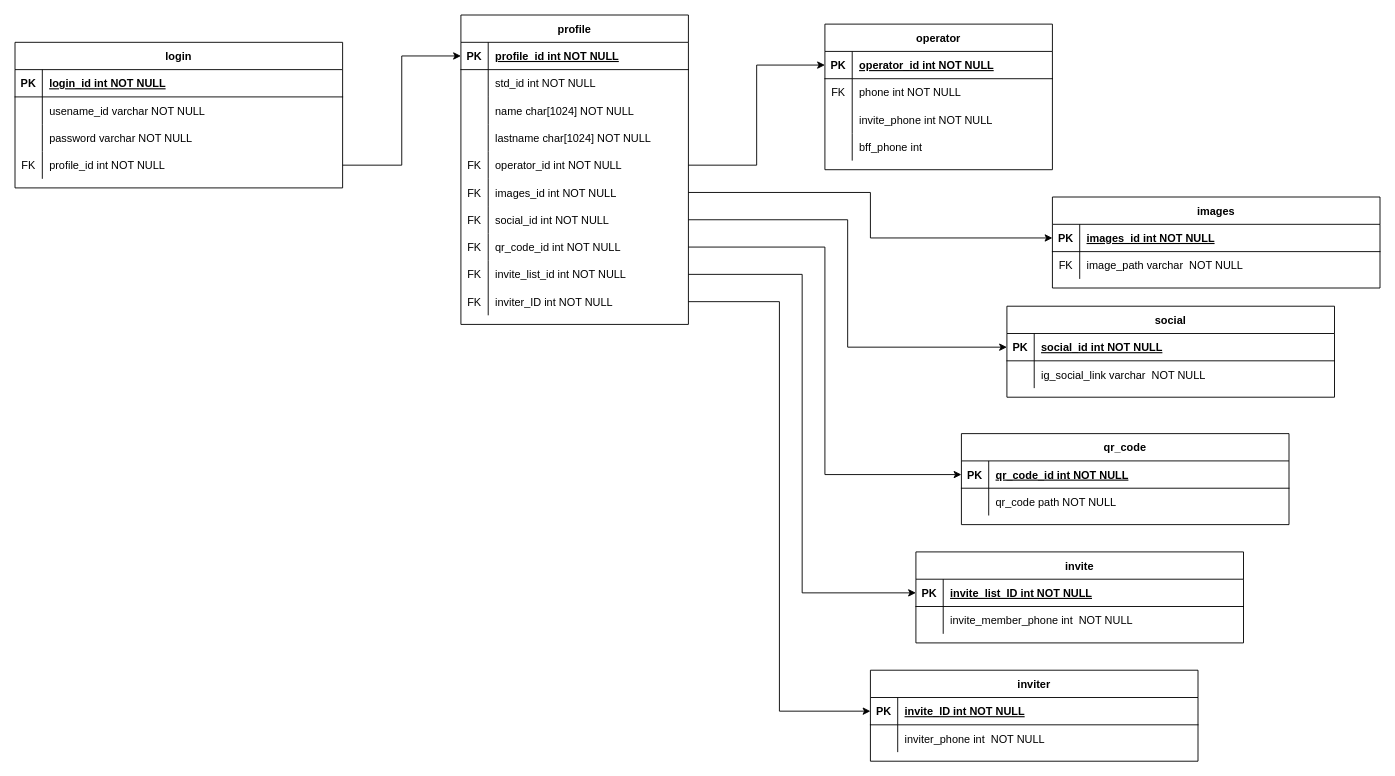
The draw.io diagram ER Diagram/ER Database.drawio in rapeeza1598/DB-Project-KMUTNB, before the edit. Source tidied: cells renumbered, new cells numbered last; positions are measured from the earlier drawing's top-left corner, leaving out a move shared by most shapes. Both pictures are drawn from the tidied source at 91%, with x=0, y=0 at pixel (15, 15).
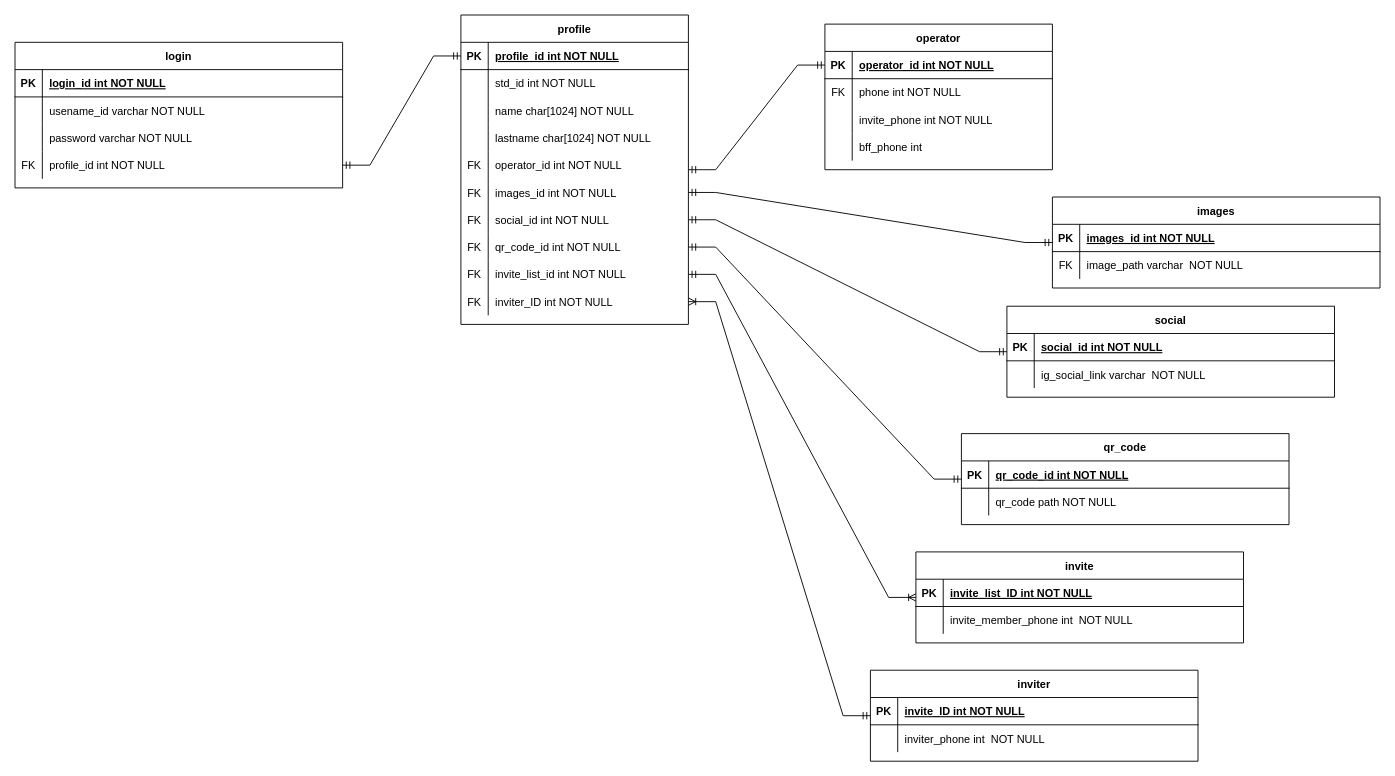
Above is the later version.

Commit message:
:hammer: Update Relation ER

Unchanged cells that the change refers to:
```xml
<mxCell id="2" value="profile" style="shape=table;startSize=30;childLayout=tableLayout;rowLines=0;fontStyle=1;align=center;" parent="1" vertex="1">
  <mxGeometry x="490" width="250" height="340" as="geometry" />
</mxCell>
<mxCell id="3" style="shape=partialRectangle;fillColor=none;points=[[0,0.5],[1,0.5]];portConstraint=eastwest;top=0;left=0;right=0;bottom=1;" parent="2" vertex="1">
  <mxGeometry y="30" width="250" height="30" as="geometry" />
</mxCell>
<mxCell id="15" style="shape=partialRectangle;fillColor=none;points=[[0,0.5],[1,0.5]];portConstraint=eastwest;top=0;left=0;right=0;bottom=0;" parent="2" vertex="1">
  <mxGeometry y="150" width="250" height="30" as="geometry" />
</mxCell>
<mxCell id="18" style="shape=partialRectangle;fillColor=none;points=[[0,0.5],[1,0.5]];portConstraint=eastwest;top=0;left=0;right=0;bottom=0;" parent="2" vertex="1">
  <mxGeometry y="180" width="250" height="30" as="geometry" />
</mxCell>
<mxCell id="21" style="shape=partialRectangle;fillColor=none;points=[[0,0.5],[1,0.5]];portConstraint=eastwest;top=0;left=0;right=0;bottom=0;" parent="2" vertex="1">
  <mxGeometry y="210" width="250" height="30" as="geometry" />
</mxCell>
<mxCell id="24" style="shape=partialRectangle;fillColor=none;points=[[0,0.5],[1,0.5]];portConstraint=eastwest;top=0;left=0;right=0;bottom=0;" parent="2" vertex="1">
  <mxGeometry y="240" width="250" height="30" as="geometry" />
</mxCell>
<mxCell id="27" style="shape=partialRectangle;fillColor=none;points=[[0,0.5],[1,0.5]];portConstraint=eastwest;top=0;left=0;right=0;bottom=0;" parent="2" vertex="1">
  <mxGeometry y="270" width="250" height="30" as="geometry" />
</mxCell>
<mxCell id="30" style="shape=partialRectangle;fillColor=none;points=[[0,0.5],[1,0.5]];portConstraint=eastwest;top=0;left=0;right=0;bottom=0;" parent="2" vertex="1">
  <mxGeometry y="300" width="250" height="30" as="geometry" />
</mxCell>
<mxCell id="33" value="invite" style="shape=table;startSize=30;childLayout=tableLayout;rowLines=0;fontStyle=1;align=center;" parent="1" vertex="1">
  <mxGeometry x="990" y="590" width="360" height="100" as="geometry" />
</mxCell>
<mxCell id="34" style="shape=partialRectangle;fillColor=none;points=[[0,0.5],[1,0.5]];portConstraint=eastwest;top=0;left=0;right=0;bottom=1;" parent="33" vertex="1">
  <mxGeometry y="30" width="360" height="30" as="geometry" />
</mxCell>
<mxCell id="41" style="shape=partialRectangle;fillColor=none;points=[[0,0.5],[1,0.5]];portConstraint=eastwest;top=0;left=0;right=0;bottom=1;" parent="40" vertex="1">
  <mxGeometry y="30" width="250" height="30" as="geometry" />
</mxCell>
<mxCell id="53" value="images" style="shape=table;startSize=30;childLayout=tableLayout;rowLines=0;fontStyle=1;align=center;" parent="1" vertex="1">
  <mxGeometry x="1140" y="200" width="360" height="100" as="geometry" />
</mxCell>
<mxCell id="54" style="shape=partialRectangle;fillColor=none;points=[[0,0.5],[1,0.5]];portConstraint=eastwest;top=0;left=0;right=0;bottom=1;" parent="53" vertex="1">
  <mxGeometry y="30" width="360" height="30" as="geometry" />
</mxCell>
<mxCell id="60" value="social" style="shape=table;startSize=30;childLayout=tableLayout;rowLines=0;fontStyle=1;align=center;" parent="1" vertex="1">
  <mxGeometry x="1090" y="320" width="360" height="100" as="geometry" />
</mxCell>
<mxCell id="61" style="shape=partialRectangle;fillColor=none;points=[[0,0.5],[1,0.5]];portConstraint=eastwest;top=0;left=0;right=0;bottom=1;" parent="60" vertex="1">
  <mxGeometry y="30" width="360" height="30" as="geometry" />
</mxCell>
<mxCell id="77" style="shape=partialRectangle;fillColor=none;points=[[0,0.5],[1,0.5]];portConstraint=eastwest;top=0;left=0;right=0;bottom=0;" parent="67" vertex="1">
  <mxGeometry y="120" width="360" height="30" as="geometry" />
</mxCell>
<mxCell id="80" value="inviter" style="shape=table;startSize=30;childLayout=tableLayout;rowLines=0;fontStyle=1;align=center;" parent="1" vertex="1">
  <mxGeometry x="940" y="720" width="360" height="100" as="geometry" />
</mxCell>
<mxCell id="81" style="shape=partialRectangle;fillColor=none;points=[[0,0.5],[1,0.5]];portConstraint=eastwest;top=0;left=0;right=0;bottom=1;" parent="80" vertex="1">
  <mxGeometry y="30" width="360" height="30" as="geometry" />
</mxCell>
<mxCell id="87" value="qr_code" style="shape=table;startSize=30;childLayout=tableLayout;rowLines=0;fontStyle=1;align=center;" parent="1" vertex="1">
  <mxGeometry x="1040" y="460" width="360" height="100" as="geometry" />
</mxCell>
<mxCell id="88" style="shape=partialRectangle;fillColor=none;points=[[0,0.5],[1,0.5]];portConstraint=eastwest;top=0;left=0;right=0;bottom=1;" parent="87" vertex="1">
  <mxGeometry y="30" width="360" height="30" as="geometry" />
</mxCell>
```

Change to the diagram source:
```diff
@@
-    <mxCell id="94" style="edgeStyle=orthogonalEdgeStyle;rounded=0;jettySize=auto;html=1;exitX=1;exitY=0.5;exitDx=0;exitDy=0;entryX=0;entryY=0.5;entryDx=0;entryDy=0;" parent="1" edge="1" source="15" target="41">
-      <mxGeometry relative="1" as="geometry" />
-    </mxCell>
-    <mxCell id="95" style="edgeStyle=orthogonalEdgeStyle;rounded=0;jettySize=auto;html=1;exitX=1;exitY=0.5;exitDx=0;exitDy=0;entryX=0;entryY=0.5;entryDx=0;entryDy=0;" parent="1" edge="1" source="77" target="3">
+    <mxCell id="95" style="edgeStyle=entityRelationEdgeStyle;fontSize=12;html=1;endArrow=ERmandOne;startArrow=ERmandOne;rounded=0;exitX=1;exitY=0.5;exitDx=0;exitDy=0;entryX=0;entryY=0.5;entryDx=0;entryDy=0;" parent="1" edge="1" source="77" target="3">
       <mxGeometry relative="1" as="geometry" />
     </mxCell>
-    <mxCell id="96" style="edgeStyle=orthogonalEdgeStyle;rounded=0;jettySize=auto;html=1;exitX=1;exitY=0.5;exitDx=0;exitDy=0;entryX=0;entryY=0.5;entryDx=0;entryDy=0;" parent="1" edge="1" source="18" target="54">
-      <mxGeometry relative="1" as="geometry" />
-    </mxCell>
-    <mxCell id="97" style="edgeStyle=orthogonalEdgeStyle;rounded=0;jettySize=auto;html=1;exitX=1;exitY=0.5;exitDx=0;exitDy=0;entryX=0;entryY=0.5;entryDx=0;entryDy=0;" parent="1" edge="1" source="21" target="61">
-      <mxGeometry relative="1" as="geometry" />
-    </mxCell>
-    <mxCell id="98" style="edgeStyle=orthogonalEdgeStyle;rounded=0;jettySize=auto;html=1;exitX=1;exitY=0.5;exitDx=0;exitDy=0;entryX=0;entryY=0.5;entryDx=0;entryDy=0;" parent="1" edge="1" source="24" target="88">
-      <mxGeometry relative="1" as="geometry" />
-    </mxCell>
-    <mxCell id="99" style="edgeStyle=orthogonalEdgeStyle;rounded=0;jettySize=auto;html=1;exitX=1;exitY=0.5;exitDx=0;exitDy=0;entryX=0;entryY=0.5;entryDx=0;entryDy=0;" parent="1" edge="1" source="27" target="34">
-      <mxGeometry relative="1" as="geometry" />
-    </mxCell>
-    <mxCell id="100" style="edgeStyle=orthogonalEdgeStyle;rounded=0;jettySize=auto;html=1;exitX=1;exitY=0.5;exitDx=0;exitDy=0;entryX=0;entryY=0.5;entryDx=0;entryDy=0;" parent="1" edge="1" source="30" target="81">
-      <mxGeometry relative="1" as="geometry" />
-    </mxCell>
+    <mxCell id="101" style="edgeStyle=entityRelationEdgeStyle;fontSize=12;html=1;endArrow=ERmandOne;startArrow=ERmandOne;rounded=0;entryX=0;entryY=0.5;entryDx=0;entryDy=0;" parent="1" edge="1" source="2" target="41">
+      <mxGeometry relative="1" as="geometry" />
+    </mxCell>
+    <mxCell id="102" style="edgeStyle=entityRelationEdgeStyle;fontSize=12;html=1;endArrow=ERmandOne;startArrow=ERmandOne;rounded=0;exitX=1;exitY=0.5;exitDx=0;exitDy=0;" parent="1" edge="1" source="18" target="53">
+      <mxGeometry relative="1" as="geometry" />
+    </mxCell>
+    <mxCell id="103" style="edgeStyle=entityRelationEdgeStyle;fontSize=12;html=1;endArrow=ERmandOne;startArrow=ERmandOne;rounded=0;exitX=1;exitY=0.5;exitDx=0;exitDy=0;" parent="1" edge="1" source="21" target="60">
+      <mxGeometry relative="1" as="geometry" />
+    </mxCell>
+    <mxCell id="104" style="edgeStyle=entityRelationEdgeStyle;fontSize=12;html=1;endArrow=ERmandOne;startArrow=ERmandOne;rounded=0;exitX=1;exitY=0.5;exitDx=0;exitDy=0;" parent="1" edge="1" source="24" target="87">
+      <mxGeometry relative="1" as="geometry" />
+    </mxCell>
+    <mxCell id="105" style="edgeStyle=entityRelationEdgeStyle;fontSize=12;html=1;endArrow=ERoneToMany;startArrow=ERmandOne;rounded=0;entryX=1;entryY=0.5;entryDx=0;entryDy=0;" parent="1" edge="1" source="80" target="30">
+      <mxGeometry relative="1" as="geometry" />
+    </mxCell>
+    <mxCell id="106" style="edgeStyle=entityRelationEdgeStyle;fontSize=12;html=1;endArrow=ERoneToMany;startArrow=ERmandOne;rounded=0;" parent="1" edge="1" source="27" target="33">
+      <mxGeometry relative="1" as="geometry" />
+    </mxCell>
```
